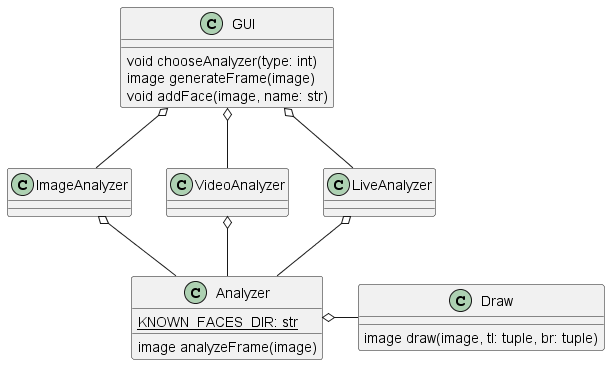
The PlantUML diagram docs/diagrams/out/vision-id-class.png in mhuybregts/vision-id, before a commit. Source of this version:
```plantuml
@startuml vision-id-class
class GUI {
    void chooseAnalyzer(type: int)
    image generateFrame(image)
    void addFace(image, name: str)
}

class Analyzer {
    {static} KNOWN_FACES_DIR: str
    image analyzeFrame(image)
}

class Draw {
    image draw(image, tl: tuple, br: tuple)
}

class ImageAnalyzer
class VideoAnalyzer
class LiveAnalyzer

GUI o-- ImageAnalyzer
GUI o-- VideoAnalyzer
GUI o-- LiveAnalyzer

Analyzer o- Draw

ImageAnalyzer o-- Analyzer
VideoAnalyzer o-- Analyzer
LiveAnalyzer o-- Analyzer

@enduml
```
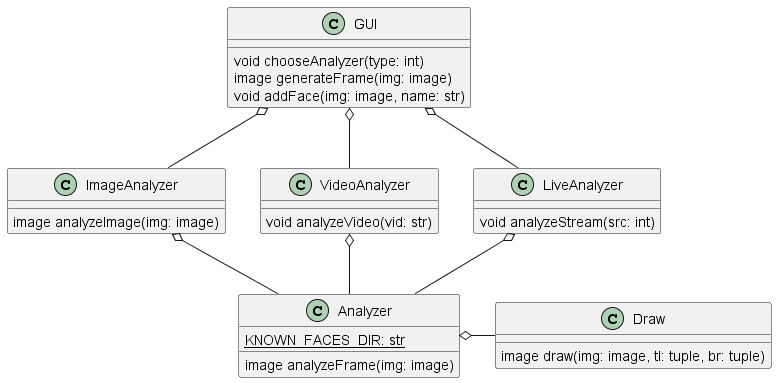
Later version of the same file.

The edit, as a diff of the source:
```diff
@@ -1,22 +1,28 @@
 @startuml vision-id-class
 class GUI {
     void chooseAnalyzer(type: int)
-    image generateFrame(image)
-    void addFace(image, name: str)
+    image generateFrame(img: image)
+    void addFace(img: image, name: str)
 }
 
 class Analyzer {
     {static} KNOWN_FACES_DIR: str
-    image analyzeFrame(image)
+    image analyzeFrame(img: image)
 }
 
 class Draw {
-    image draw(image, tl: tuple, br: tuple)
+    image draw(img: image, tl: tuple, br: tuple)
 }
 
-class ImageAnalyzer
-class VideoAnalyzer
-class LiveAnalyzer
+class ImageAnalyzer {
+    image analyzeImage(img: image)
+}
+class VideoAnalyzer {
+    void analyzeVideo(vid: str)
+}
+class LiveAnalyzer {
+    void analyzeStream(src: int)
+}
 
 GUI o-- ImageAnalyzer
 GUI o-- VideoAnalyzer
```
